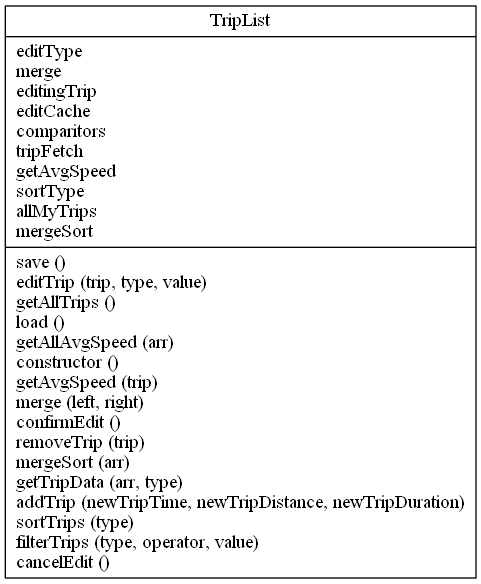
Earlier version of the Graphviz export test_jsparser/output/classes.dot.png (ChironEvans/de321-Assignment2-2020). Its source is kept beside it as test_jsparser/output/classes.dot.
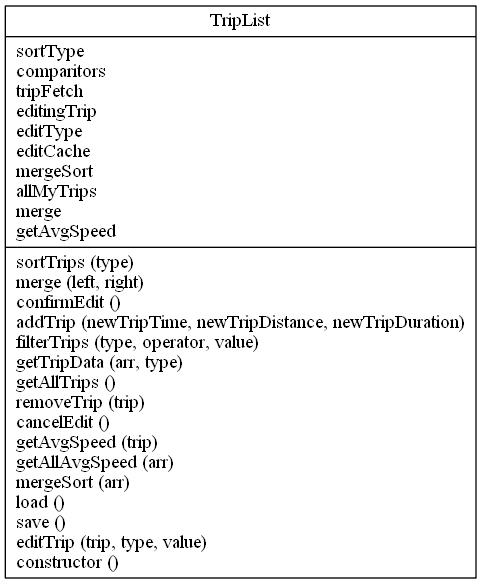
The same file after the commit.

Change to the diagram source:
```diff
@@ -1,5 +1,5 @@
 digraph "classes_test" {
 charset="utf-8"
 rankdir=BT
-"0" [label="{TripList|editType\lmerge\leditingTrip\leditCache\lcomparitors\ltripFetch\lgetAvgSpeed\lsortType\lallMyTrips\lmergeSort\l|save ()\leditTrip (trip, type, value)\lgetAllTrips ()\lload ()\lgetAllAvgSpeed (arr)\lconstructor ()\lgetAvgSpeed (trip)\lmerge (left, right)\lconfirmEdit ()\lremoveTrip (trip)\lmergeSort (arr)\lgetTripData (arr, type)\laddTrip (newTripTime, newTripDistance, newTripDuration)\lsortTrips (type)\lfilterTrips (type, operator, value)\lcancelEdit ()\l}", shape="record"];
+"0" [label="{TripList|sortType\lcomparitors\ltripFetch\leditingTrip\leditType\leditCache\lmergeSort\lallMyTrips\lmerge\lgetAvgSpeed\l|sortTrips (type)\lmerge (left, right)\lconfirmEdit ()\laddTrip (newTripTime, newTripDistance, newTripDuration)\lfilterTrips (type, operator, value)\lgetTripData (arr, type)\lgetAllTrips ()\lremoveTrip (trip)\lcancelEdit ()\lgetAvgSpeed (trip)\lgetAllAvgSpeed (arr)\lmergeSort (arr)\lload ()\lsave ()\leditTrip (trip, type, value)\lconstructor ()\l}", shape="record"];
 }
```
